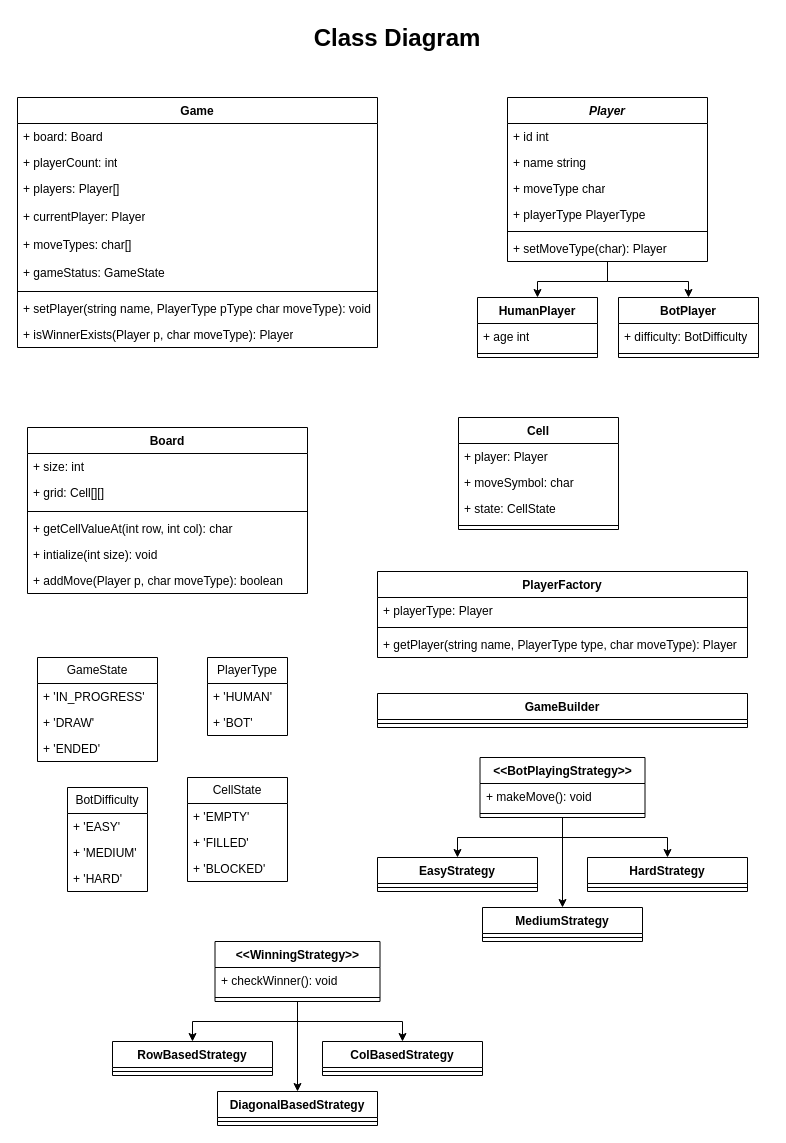
mynkMishra/diagrams keeps this draw.io diagram as tic-tac-toe.drawio. Above is the earlier version. Source tidied: cells renumbered, new cells numbered last; positions are measured from the earlier drawing's top-left corner, leaving out a move shared by most shapes. Both pictures are drawn from the tidied source at 100%, with x=0, y=0 at pixel (17, 17).
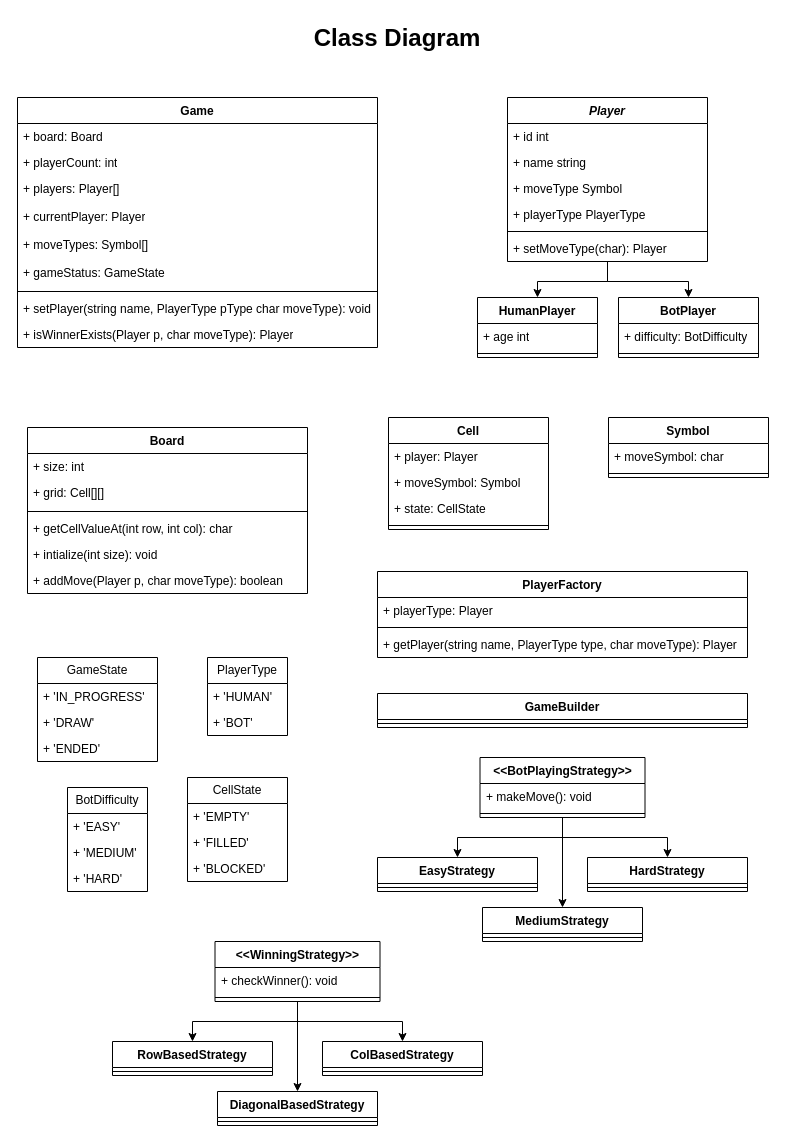
Above is the later version.

Unchanged cells that the change refers to:
```xml
<mxCell id="11" value="&lt;i&gt;Player&lt;/i&gt;" style="swimlane;fontStyle=1;align=center;verticalAlign=top;horizontal=1;startSize=26;whiteSpace=wrap;html=1;" parent="1" vertex="1">
  <mxGeometry x="490" y="80" width="200" height="164" as="geometry" />
</mxCell>
<mxCell id="21" value="Game" style="swimlane;fontStyle=1;align=center;verticalAlign=top;horizontal=1;startSize=26;whiteSpace=wrap;html=1;" parent="1" vertex="1">
  <mxGeometry y="80" width="360" height="250" as="geometry" />
</mxCell>
```

The edit, as a diff of the source:
```diff
@@
-    <mxCell id="14" value="+ moveType char" style="text;strokeColor=none;fillColor=none;align=left;verticalAlign=top;spacingLeft=4;spacingRight=4;overflow=hidden;whiteSpace=wrap;html=1;" parent="11" vertex="1">
+    <mxCell id="14" value="+ moveType Symbol" style="text;strokeColor=none;fillColor=none;align=left;verticalAlign=top;spacingLeft=4;spacingRight=4;overflow=hidden;whiteSpace=wrap;html=1;" parent="11" vertex="1">
       <mxGeometry y="78" width="200" height="26" as="geometry" />
     </mxCell>
@@
-    <mxCell id="26" value="+ moveTypes: char[]" style="text;strokeColor=none;fillColor=none;align=left;verticalAlign=top;spacingLeft=4;spacingRight=4;overflow=hidden;whiteSpace=wrap;html=1;" parent="21" vertex="1">
+    <mxCell id="26" value="+ moveTypes: Symbol[]" style="text;strokeColor=none;fillColor=none;align=left;verticalAlign=top;spacingLeft=4;spacingRight=4;overflow=hidden;whiteSpace=wrap;html=1;" parent="21" vertex="1">
       <mxGeometry y="134" width="360" height="28" as="geometry" />
     </mxCell>
@@
     <mxCell id="49" value="Cell" style="swimlane;fontStyle=1;align=center;verticalAlign=top;horizontal=1;startSize=26;whiteSpace=wrap;html=1;" parent="1" vertex="1">
-      <mxGeometry x="441" y="400" width="160" height="112" as="geometry" />
+      <mxGeometry x="371" y="400" width="160" height="112" as="geometry" />
     </mxCell>
@@
-    <mxCell id="51" value="+ moveSymbol: char" style="text;strokeColor=none;fillColor=none;align=left;verticalAlign=top;spacingLeft=4;spacingRight=4;overflow=hidden;whiteSpace=wrap;html=1;" parent="49" vertex="1">
+    <mxCell id="51" value="+ moveSymbol: Symbol" style="text;strokeColor=none;fillColor=none;align=left;verticalAlign=top;spacingLeft=4;spacingRight=4;overflow=hidden;whiteSpace=wrap;html=1;" parent="49" vertex="1">
       <mxGeometry y="52" width="160" height="26" as="geometry" />
     </mxCell>
@@
+    <mxCell id="85" value="Symbol" style="swimlane;fontStyle=1;align=center;verticalAlign=top;horizontal=1;startSize=26;whiteSpace=wrap;html=1;" parent="1" vertex="1">
+      <mxGeometry x="591" y="400" width="160" height="60" as="geometry" />
+    </mxCell>
+    <mxCell id="86" value="+ moveSymbol: char" style="text;strokeColor=none;fillColor=none;align=left;verticalAlign=top;spacingLeft=4;spacingRight=4;overflow=hidden;whiteSpace=wrap;html=1;" parent="85" vertex="1">
+      <mxGeometry y="26" width="160" height="26" as="geometry" />
+    </mxCell>
+    <mxCell id="87" style="line;strokeWidth=1;fillColor=none;align=left;verticalAlign=middle;spacingTop=-1;spacingLeft=3;spacingRight=3;labelPosition=right;strokeColor=inherit;" parent="85" vertex="1">
+      <mxGeometry y="52" width="160" height="8" as="geometry" />
+    </mxCell>
```
